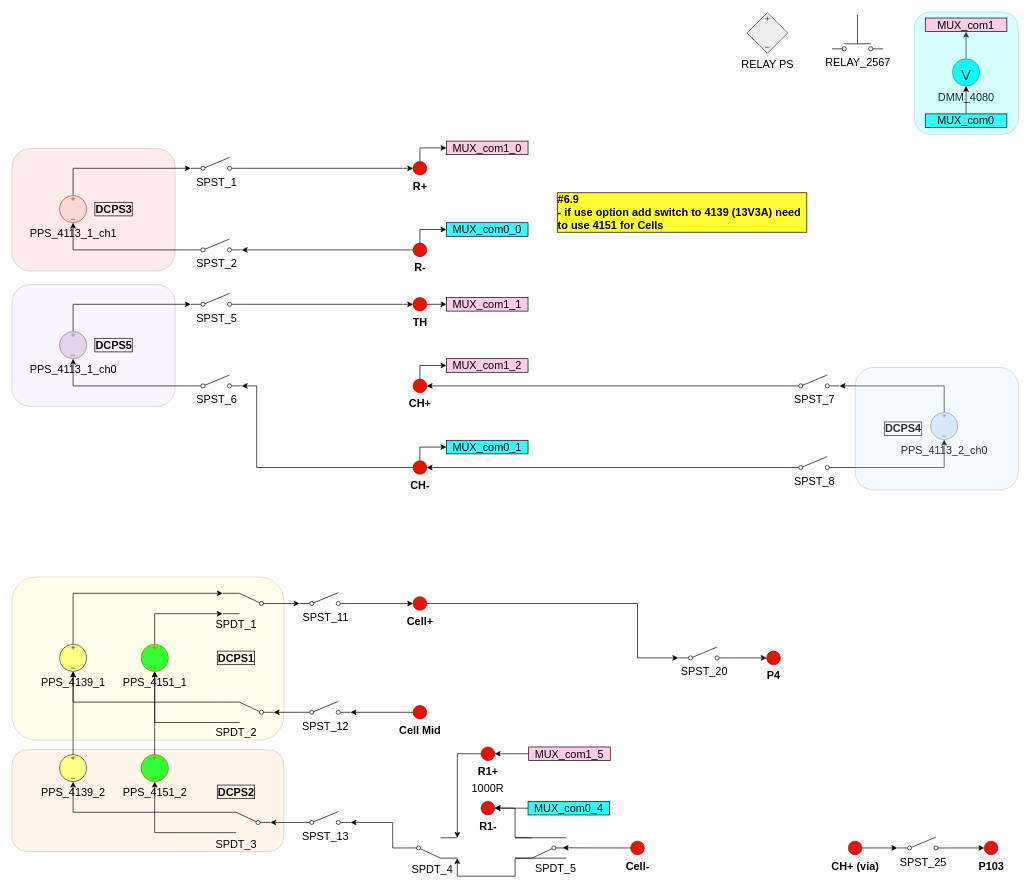
This is BMS_device_B_6p9.drawio from ktlim-xy/draw-io, a draw.io file, before an edit. Source tidied: cells renumbered, new cells numbered last; positions are measured from the earlier drawing's top-left corner, leaving out a move shared by most shapes. Both pictures are drawn from the tidied source at 68%, with x=0, y=0 at pixel (12, 12).
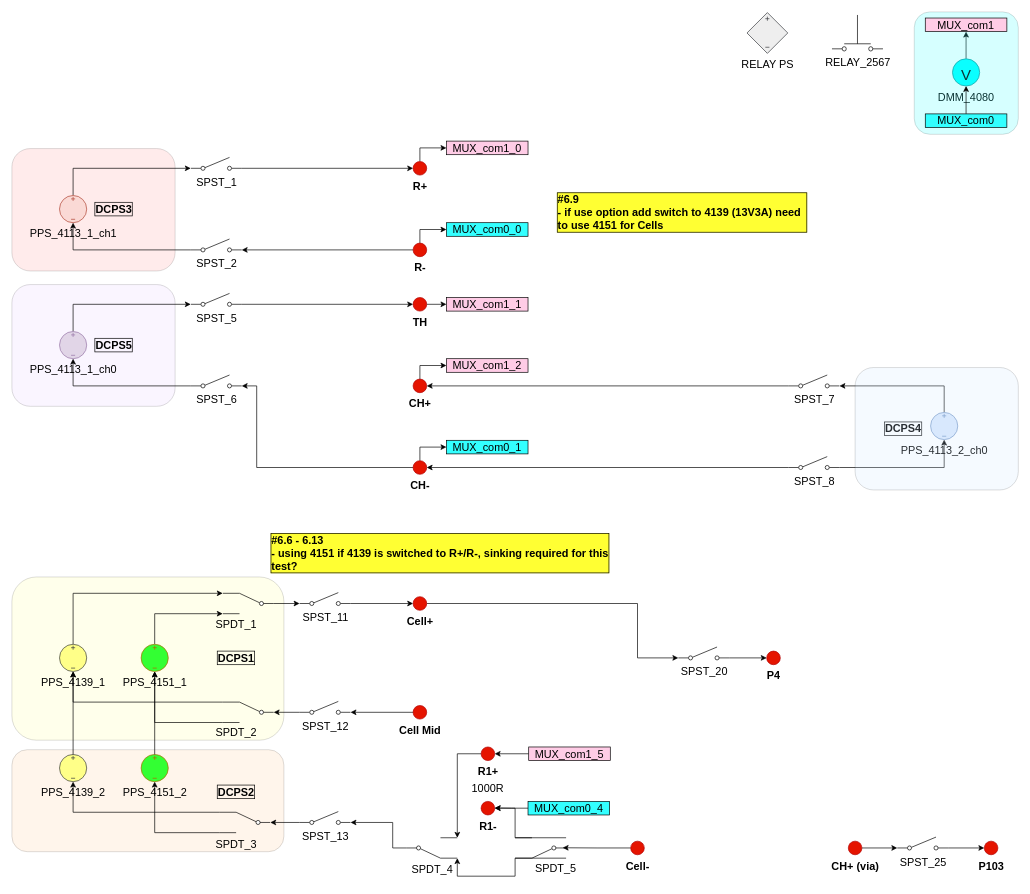
Above is the later version.

The edit, as a diff of the source:
```diff
@@
+    <mxCell id="112" value="#6.6 - 6.13&amp;nbsp;&lt;div&gt;- using 4151 if 4139 is switched to R+/R-, sinking required for this test?&lt;/div&gt;" style="text;html=1;whiteSpace=wrap;strokeColor=none;fillColor=none;align=left;verticalAlign=middle;rounded=0;fontStyle=1;fontColor=#000000;fontSize=16;labelBorderColor=default;labelBackgroundColor=#FFFF33;" parent="1" vertex="1">
+      <mxGeometry x="379" y="781" width="500" height="30" as="geometry" />
+    </mxCell>
```
